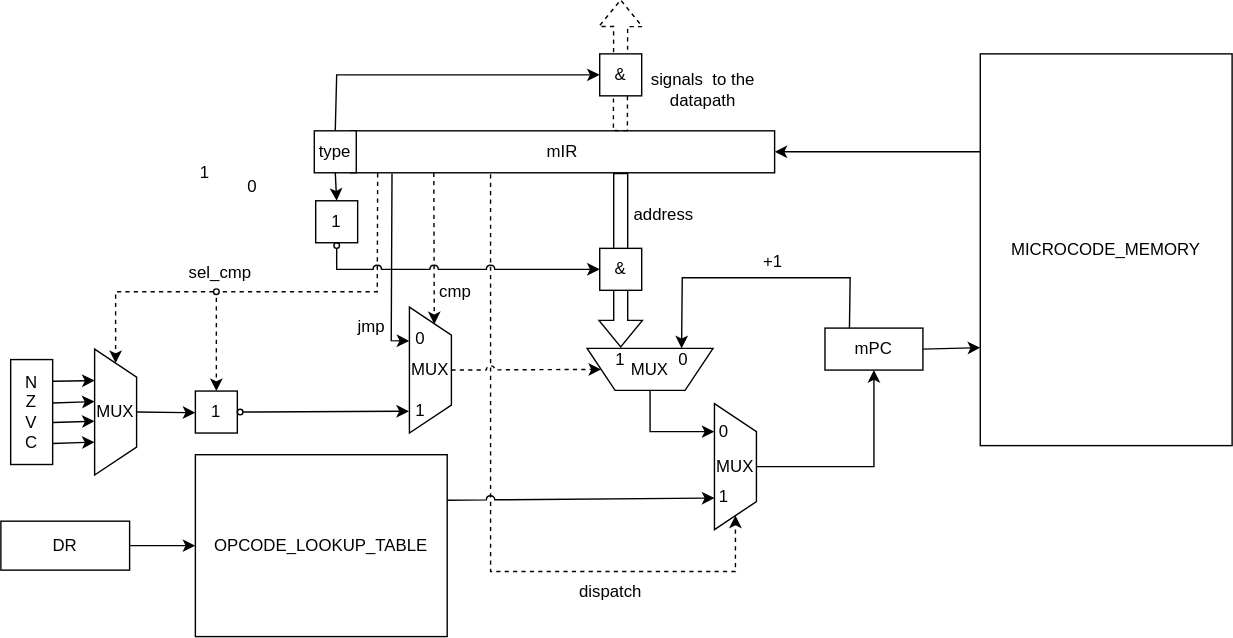
This is assets/control_unit/scheme.svg from AstroSoup/computer-system-architecture-lab-4, a draw.io export, as it was before one commit. Source tidied: cells renumbered, new cells last; positions are measured from the earlier drawing's top-left corner, leaving out a move shared by most shapes.
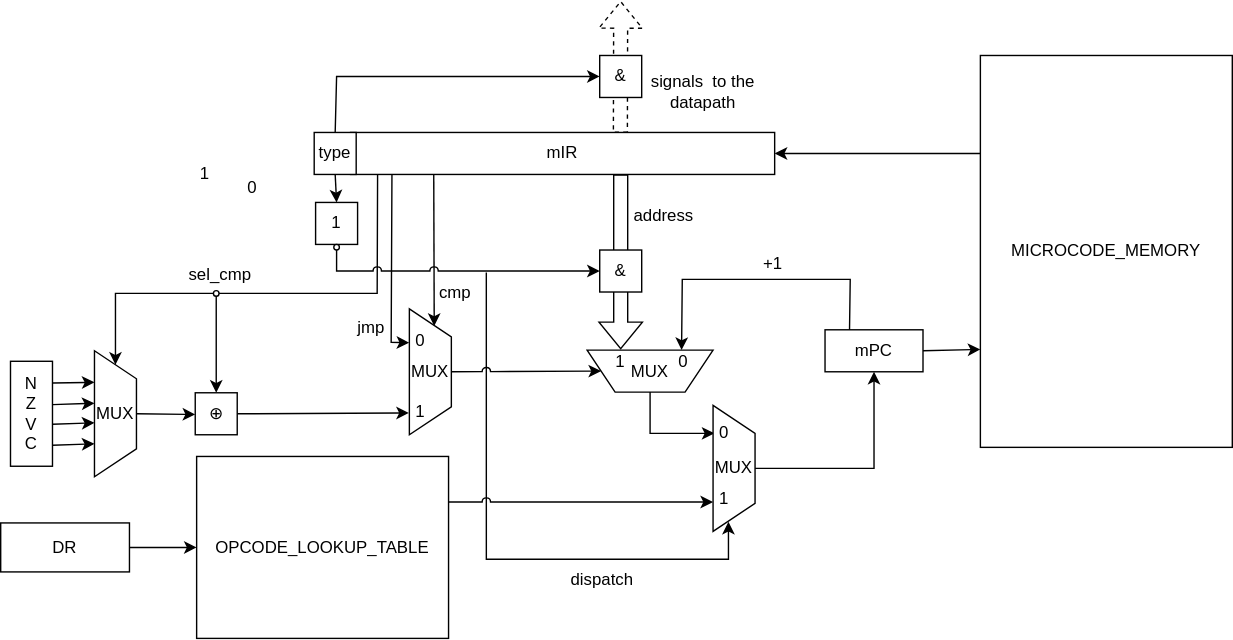
After the change.

Change to the diagram source:
```diff
@@ -2,15 +2,16 @@
   <root>
     <mxCell id="0" />
     <mxCell id="1" parent="0" />
-    <mxCell id="2" style="endArrow=classic;html=1;rounded=0;exitX=0.33;exitY=1.036;exitDx=0;exitDy=0;exitPerimeter=0;dashed=1;entryX=1;entryY=0.5;entryDx=0;entryDy=0;" parent="1" edge="1" source="7" target="48">
+    <mxCell id="2" style="endArrow=classic;html=1;rounded=0;exitX=0.33;exitY=1.036;exitDx=0;exitDy=0;exitPerimeter=0;entryX=0.649;entryY=1.038;entryDx=0;entryDy=0;entryPerimeter=0;" parent="1" edge="1" target="60">
       <mxGeometry relative="1" as="geometry">
+        <mxPoint x="347" y="194" as="sourcePoint" />
         <Array as="points">
-          <mxPoint x="350" y="409" />
-          <mxPoint x="525" y="409" />
+          <mxPoint x="347" y="399" />
+          <mxPoint x="520" y="399" />
         </Array>
       </mxGeometry>
     </mxCell>
-    <mxCell id="3" style="endArrow=classic;html=1;rounded=0;exitX=0.091;exitY=1.013;exitDx=0;exitDy=0;exitPerimeter=0;entryX=0.5;entryY=0;entryDx=0;entryDy=0;dashed=1;" parent="1" edge="1" target="36">
+    <mxCell id="3" style="endArrow=classic;html=1;rounded=0;exitX=0.091;exitY=1.013;exitDx=0;exitDy=0;exitPerimeter=0;entryX=0.5;entryY=0;entryDx=0;entryDy=0;" parent="1" edge="1" target="36">
       <mxGeometry relative="1" as="geometry">
         <mxPoint x="269.3" y="124.4" as="sourcePoint" />
         <Array as="points">
@@ -19,7 +20,7 @@
         </Array>
       </mxGeometry>
     </mxCell>
-    <mxCell id="4" style="endArrow=classic;html=1;rounded=0;exitX=0.105;exitY=0.998;exitDx=0;exitDy=0;exitPerimeter=0;entryX=0.136;entryY=0.408;entryDx=0;entryDy=0;entryPerimeter=0;dashed=1;" parent="1" edge="1" target="33">
+    <mxCell id="4" style="endArrow=classic;html=1;rounded=0;exitX=0.105;exitY=0.998;exitDx=0;exitDy=0;exitPerimeter=0;entryX=0.136;entryY=0.408;entryDx=0;entryDy=0;entryPerimeter=0;" parent="1" edge="1" target="33">
       <mxGeometry relative="1" as="geometry">
         <mxPoint x="309.4" y="123.9" as="sourcePoint" />
       </mxGeometry>
@@ -146,32 +147,20 @@
     <mxCell id="33" value="MUX" style="shape=trapezoid;perimeter=trapezoidPerimeter;whiteSpace=wrap;html=1;fixedSize=1;direction=east;rotation=90;horizontal=0;" parent="1" vertex="1">
       <mxGeometry x="262" y="250" width="90" height="30" as="geometry" />
     </mxCell>
-    <mxCell id="34" style="group;" parent="1" vertex="1">
-      <mxGeometry x="139" y="280" width="34" height="34" as="geometry" />
-    </mxCell>
-    <mxCell id="35" style="group;direction=east;" parent="34" vertex="1">
-      <mxGeometry width="30" height="34" as="geometry" />
-    </mxCell>
-    <mxCell id="36" value="1" style="whiteSpace=wrap;html=1;" parent="35" vertex="1">
-      <mxGeometry width="30" height="30" as="geometry" />
-    </mxCell>
-    <mxCell id="37" style="ellipse;whiteSpace=wrap;html=1;fillColor=none;" parent="34" vertex="1">
-      <mxGeometry x="30" y="13" width="4" height="4" as="geometry" />
-    </mxCell>
-    <mxCell id="38" style="endArrow=classic;html=1;rounded=0;exitX=1;exitY=0.5;exitDx=0;exitDy=0;entryX=0.827;entryY=1.011;entryDx=0;entryDy=0;entryPerimeter=0;" parent="1" edge="1" source="37" target="33">
+    <mxCell id="38" style="endArrow=classic;html=1;rounded=0;exitX=1;exitY=0.5;exitDx=0;exitDy=0;entryX=0.827;entryY=1.011;entryDx=0;entryDy=0;entryPerimeter=0;" parent="1" edge="1" source="36" target="33">
       <mxGeometry relative="1" as="geometry" />
     </mxCell>
     <mxCell id="39" style="ellipse;whiteSpace=wrap;html=1;fillColor=light-dark(#FFFFFF,#FFFFFF);" parent="1" vertex="1">
       <mxGeometry x="152" y="207" width="4" height="4" as="geometry" />
     </mxCell>
-    <mxCell id="40" style="endArrow=classic;html=1;rounded=0;exitX=0;exitY=0.5;exitDx=0;exitDy=0;entryX=0;entryY=0.5;entryDx=0;entryDy=0;dashed=1;" parent="1" edge="1" source="39" target="23">
+    <mxCell id="40" style="endArrow=classic;html=1;rounded=0;exitX=0;exitY=0.5;exitDx=0;exitDy=0;entryX=0;entryY=0.5;entryDx=0;entryDy=0;" parent="1" edge="1" source="39" target="23">
       <mxGeometry relative="1" as="geometry">
         <Array as="points">
           <mxPoint x="82" y="209" />
         </Array>
       </mxGeometry>
     </mxCell>
-    <mxCell id="41" style="endArrow=classic;html=1;rounded=0;entryX=1;entryY=0.5;entryDx=0;entryDy=0;exitX=0.5;exitY=0;exitDx=0;exitDy=0;dashed=1;jumpStyle=arc;" parent="1" edge="1" source="33" target="29">
+    <mxCell id="41" style="endArrow=classic;html=1;rounded=0;entryX=1;entryY=0.5;entryDx=0;entryDy=0;exitX=0.5;exitY=0;exitDx=0;exitDy=0;jumpStyle=arc;" parent="1" edge="1" source="33" target="29">
       <mxGeometry relative="1" as="geometry" />
     </mxCell>
     <mxCell id="42" style="endArrow=classic;html=1;rounded=0;entryX=0.269;entryY=1.003;entryDx=0;entryDy=0;entryPerimeter=0;exitX=0.137;exitY=1.015;exitDx=0;exitDy=0;exitPerimeter=0;" parent="1" edge="1" target="33">
@@ -192,15 +181,15 @@
       <mxGeometry x="444" y="139" width="60" height="30" as="geometry" />
     </mxCell>
     <mxCell id="46" value="OPCODE_LOOKUP_TABLE" style="rounded=0;whiteSpace=wrap;html=1;" parent="1" vertex="1">
-      <mxGeometry x="139" y="325.5" width="180" height="130" as="geometry" />
+      <mxGeometry x="140" y="325.5" width="180" height="130" as="geometry" />
     </mxCell>
     <mxCell id="47" value="&lt;div&gt;dispatch&lt;/div&gt;" style="text;html=1;whiteSpace=wrap;strokeColor=none;fillColor=none;align=center;verticalAlign=middle;rounded=0;" parent="1" vertex="1">
-      <mxGeometry x="406" y="409" width="60" height="30" as="geometry" />
+      <mxGeometry x="400" y="399" width="60" height="30" as="geometry" />
     </mxCell>
     <mxCell id="48" value="MUX" style="shape=trapezoid;perimeter=trapezoidPerimeter;whiteSpace=wrap;html=1;fixedSize=1;direction=east;rotation=90;horizontal=0;" parent="1" vertex="1">
-      <mxGeometry x="480" y="319" width="90" height="30" as="geometry" />
+      <mxGeometry x="479" y="319" width="90" height="30" as="geometry" />
     </mxCell>
-    <mxCell id="49" style="endArrow=classic;html=1;rounded=0;entryX=0.75;entryY=1;entryDx=0;entryDy=0;exitX=1;exitY=0.25;exitDx=0;exitDy=0;jumpStyle=arc;" parent="1" edge="1" source="46" target="48">
+    <mxCell id="49" style="endArrow=classic;html=1;rounded=0;exitX=1;exitY=0.25;exitDx=0;exitDy=0;jumpStyle=arc;entryX=0.099;entryY=0.569;entryDx=0;entryDy=0;entryPerimeter=0;" parent="1" edge="1" source="46" target="60">
       <mxGeometry relative="1" as="geometry" />
     </mxCell>
     <mxCell id="50" style="endArrow=classic;html=1;rounded=0;entryX=0;entryY=0.5;entryDx=0;entryDy=0;exitX=1;exitY=0.5;exitDx=0;exitDy=0;" parent="1" edge="1" source="51" target="46">
@@ -243,5 +232,11 @@
     <mxCell id="61" value="0" style="text;html=1;whiteSpace=wrap;strokeColor=none;fillColor=none;align=center;verticalAlign=middle;rounded=0;" parent="1" vertex="1">
       <mxGeometry x="507" y="294" width="20" height="30" as="geometry" />
     </mxCell>
+    <mxCell id="35" style="group;direction=east;" parent="1" vertex="1">
+      <mxGeometry x="139" y="280" width="30" height="34" as="geometry" />
+    </mxCell>
+    <mxCell id="36" value="⊕" style="whiteSpace=wrap;html=1;" parent="35" vertex="1">
+      <mxGeometry width="30" height="30" as="geometry" />
+    </mxCell>
   </root>
 </mxGraphModel>
```
